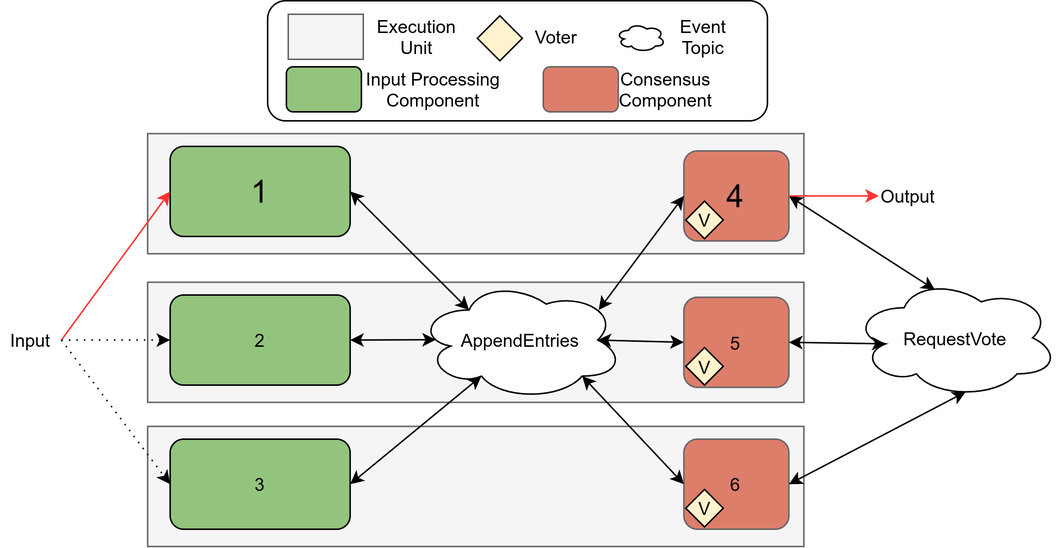
Earlier version of the draw.io export images/ThreeEUConsensusDDS.png (Boffmann/masterThesis). Source tidied: cells renumbered, new cells last; positions are measured from the earlier drawing's top-left corner, leaving out a move shared by most shapes.
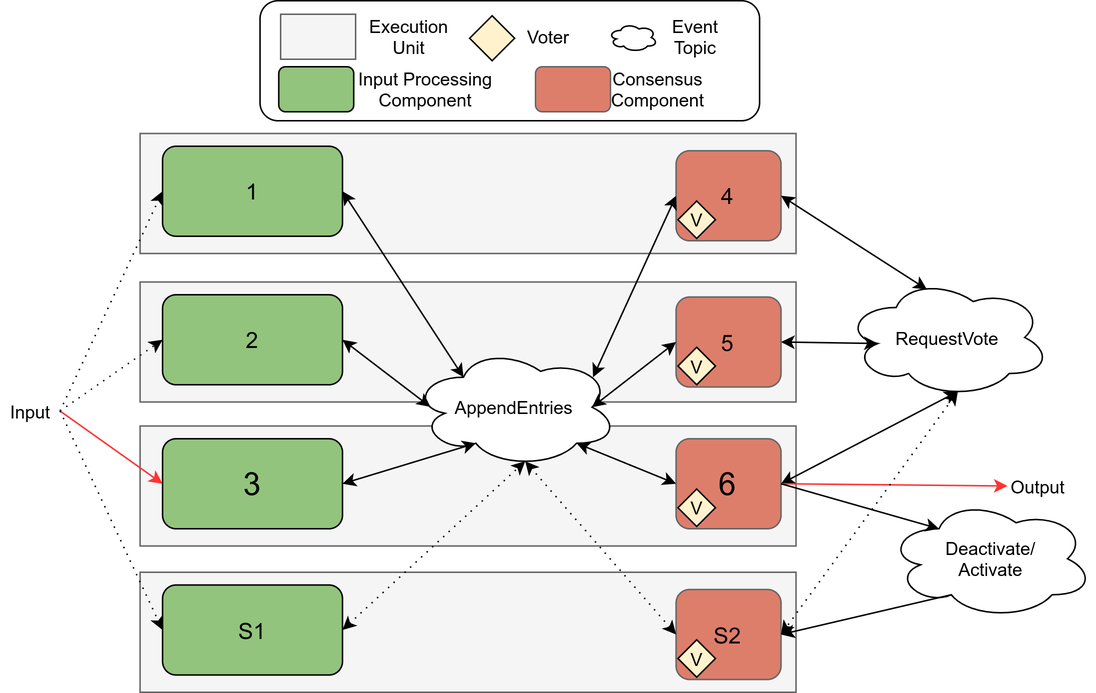
After the change.

Change to the diagram source:
```diff
@@ -47,50 +47,50 @@
     <mxCell id="16" value="RequestVote" style="ellipse;shape=cloud;whiteSpace=wrap;html=1;" parent="1" vertex="1">
       <mxGeometry x="567.9" y="184.5" width="137.1" height="80" as="geometry" />
     </mxCell>
-    <mxCell id="17" value="&lt;font style=&quot;font-size: 21px&quot;&gt;4&lt;/font&gt;" style="rounded=1;whiteSpace=wrap;html=1;strokeColor=#666666;fillColor=#dd7e6b;" parent="1" vertex="1">
+    <mxCell id="17" value="&lt;font style=&quot;font-size: 15px&quot;&gt;4&lt;/font&gt;" style="rounded=1;whiteSpace=wrap;html=1;strokeColor=#666666;fillColor=#dd7e6b;" parent="1" vertex="1">
       <mxGeometry x="455.4" y="100" width="70" height="60" as="geometry" />
     </mxCell>
-    <mxCell id="18" value="&lt;font style=&quot;font-size: 21px&quot;&gt;1&lt;/font&gt;" style="rounded=1;whiteSpace=wrap;html=1;fillColor=#93C47D;" parent="1" vertex="1">
+    <mxCell id="18" value="&lt;font style=&quot;font-size: 15px&quot;&gt;1&lt;/font&gt;" style="rounded=1;whiteSpace=wrap;html=1;fillColor=#93C47D;" parent="1" vertex="1">
       <mxGeometry x="112.9" y="97" width="120" height="60" as="geometry" />
     </mxCell>
-    <mxCell id="19" value="3" style="rounded=1;whiteSpace=wrap;html=1;fillColor=#93C47D;" parent="1" vertex="1">
+    <mxCell id="19" value="&lt;font style=&quot;font-size: 21px&quot;&gt;3&lt;/font&gt;" style="rounded=1;whiteSpace=wrap;html=1;fillColor=#93C47D;" parent="1" vertex="1">
       <mxGeometry x="112.9" y="292" width="120" height="60" as="geometry" />
     </mxCell>
-    <mxCell id="20" value="2" style="rounded=1;whiteSpace=wrap;html=1;fillColor=#93C47D;" parent="1" vertex="1">
+    <mxCell id="20" value="&lt;font style=&quot;font-size: 15px&quot;&gt;2&lt;/font&gt;" style="rounded=1;whiteSpace=wrap;html=1;fillColor=#93C47D;" parent="1" vertex="1">
       <mxGeometry x="112.9" y="196" width="120" height="60" as="geometry" />
     </mxCell>
     <mxCell id="21" value="V" style="rhombus;whiteSpace=wrap;html=1;fillColor=#FFF2CC;" parent="1" vertex="1">
       <mxGeometry x="456.7" y="133.5" width="25" height="25" as="geometry" />
     </mxCell>
-    <mxCell id="22" value="5" style="rounded=1;whiteSpace=wrap;html=1;strokeColor=#666666;fillColor=#dd7e6b;" parent="1" vertex="1">
+    <mxCell id="22" value="&lt;font style=&quot;font-size: 15px&quot;&gt;5&lt;/font&gt;" style="rounded=1;whiteSpace=wrap;html=1;strokeColor=#666666;fillColor=#dd7e6b;" parent="1" vertex="1">
       <mxGeometry x="455.4" y="197.5" width="70" height="60" as="geometry" />
     </mxCell>
     <mxCell id="23" value="V" style="rhombus;whiteSpace=wrap;html=1;fillColor=#FFF2CC;" parent="1" vertex="1">
       <mxGeometry x="456.7" y="231" width="25" height="25" as="geometry" />
     </mxCell>
-    <mxCell id="24" value="6" style="rounded=1;whiteSpace=wrap;html=1;strokeColor=#666666;fillColor=#dd7e6b;" parent="1" vertex="1">
+    <mxCell id="24" value="&lt;font style=&quot;font-size: 21px&quot;&gt;6&lt;/font&gt;" style="rounded=1;whiteSpace=wrap;html=1;strokeColor=#666666;fillColor=#dd7e6b;" parent="1" vertex="1">
       <mxGeometry x="455.4" y="292" width="70" height="60" as="geometry" />
     </mxCell>
     <mxCell id="25" value="V" style="rhombus;whiteSpace=wrap;html=1;fillColor=#FFF2CC;" parent="1" vertex="1">
       <mxGeometry x="456.7" y="325.5" width="25" height="25" as="geometry" />
     </mxCell>
     <mxCell id="26" value="AppendEntries" style="ellipse;shape=cloud;whiteSpace=wrap;html=1;" parent="1" vertex="1">
-      <mxGeometry x="277.9" y="186" width="137.1" height="80" as="geometry" />
+      <mxGeometry x="279.4" y="231" width="137.1" height="80" as="geometry" />
     </mxCell>
     <mxCell id="27" value="Input" style="text;html=1;strokeColor=none;fillColor=none;align=center;verticalAlign=middle;whiteSpace=wrap;rounded=0;" parent="1" vertex="1">
-      <mxGeometry x="0.4" y="216" width="40" height="20" as="geometry" />
+      <mxGeometry x="4.6" y="263.5" width="40" height="20" as="geometry" />
     </mxCell>
     <mxCell id="28" style="endArrow=classic;html=1;exitX=1;exitY=0.5;exitDx=0;exitDy=0;entryX=0;entryY=0.5;entryDx=0;entryDy=0;dashed=1;dashPattern=1 4;" parent="1" edge="1" source="27">
       <mxGeometry relative="1" as="geometry">
         <mxPoint x="112.9" y="226" as="targetPoint" />
       </mxGeometry>
     </mxCell>
-    <mxCell id="29" style="endArrow=classic;html=1;entryX=0;entryY=0.5;entryDx=0;entryDy=0;exitX=1;exitY=0.5;exitDx=0;exitDy=0;strokeColor=#FF3333;" parent="1" edge="1" source="27">
+    <mxCell id="29" style="endArrow=classic;html=1;entryX=0;entryY=0.5;entryDx=0;entryDy=0;exitX=1;exitY=0.5;exitDx=0;exitDy=0;dashed=1;dashPattern=1 4;" parent="1" edge="1" source="27">
       <mxGeometry relative="1" as="geometry">
         <mxPoint x="112.9" y="127" as="targetPoint" />
       </mxGeometry>
     </mxCell>
-    <mxCell id="30" style="endArrow=classic;html=1;exitX=1;exitY=0.5;exitDx=0;exitDy=0;entryX=0;entryY=0.5;entryDx=0;entryDy=0;dashed=1;dashPattern=1 4;" parent="1" edge="1" source="27">
+    <mxCell id="30" style="endArrow=classic;html=1;exitX=1;exitY=0.5;exitDx=0;exitDy=0;entryX=0;entryY=0.5;entryDx=0;entryDy=0;strokeColor=#FF3333;" parent="1" edge="1" source="27">
       <mxGeometry relative="1" as="geometry">
         <mxPoint x="112.9" y="322" as="targetPoint" />
       </mxGeometry>
@@ -123,12 +123,43 @@
       <mxGeometry relative="1" as="geometry" />
     </mxCell>
     <mxCell id="40" value="Output" style="text;html=1;strokeColor=none;fillColor=none;align=center;verticalAlign=middle;whiteSpace=wrap;rounded=0;" parent="1" vertex="1">
-      <mxGeometry x="585.4" y="120" width="40" height="20" as="geometry" />
+      <mxGeometry x="676.5" y="313.5" width="40" height="20" as="geometry" />
     </mxCell>
-    <mxCell id="41" style="endArrow=classic;html=1;exitX=1;exitY=0.5;exitDx=0;exitDy=0;entryX=0;entryY=0.5;entryDx=0;entryDy=0;strokeColor=#FF3333;" parent="1" edge="1" target="40">
-      <mxGeometry relative="1" as="geometry">
-        <mxPoint x="525.4" y="130" as="sourcePoint" />
-      </mxGeometry>
+    <mxCell id="41" style="endArrow=classic;html=1;exitX=1;exitY=0.5;exitDx=0;exitDy=0;entryX=0;entryY=0.5;entryDx=0;entryDy=0;strokeColor=#FF3333;" parent="1" edge="1" source="24" target="40">
+      <mxGeometry relative="1" as="geometry" />
     </mxCell>
+    <mxCell id="42" style="rounded=0;whiteSpace=wrap;html=1;fillColor=#f5f5f5;strokeColor=#666666;fontColor=#333333;" parent="1" vertex="1">
+      <mxGeometry x="97.9" y="381" width="437.5" height="80" as="geometry" />
+    </mxCell>
+    <mxCell id="43" value="&lt;font style=&quot;font-size: 15px&quot;&gt;S2&lt;/font&gt;" style="rounded=1;whiteSpace=wrap;html=1;strokeColor=#666666;fillColor=#dd7e6b;" parent="1" vertex="1">
+      <mxGeometry x="455.4" y="392.5" width="70" height="60" as="geometry" />
+    </mxCell>
+    <mxCell id="44" value="&lt;font style=&quot;font-size: 15px&quot;&gt;S1&lt;/font&gt;" style="rounded=1;whiteSpace=wrap;html=1;fillColor=#93C47D;" parent="1" vertex="1">
+      <mxGeometry x="112.9" y="389.5" width="120" height="60" as="geometry" />
+    </mxCell>
+    <mxCell id="45" value="V" style="rhombus;whiteSpace=wrap;html=1;fillColor=#FFF2CC;" parent="1" vertex="1">
+      <mxGeometry x="456.7" y="426" width="25" height="25" as="geometry" />
+    </mxCell>
+    <mxCell id="46" value="Deactivate/&lt;br&gt;Activate" style="ellipse;shape=cloud;whiteSpace=wrap;html=1;" parent="1" vertex="1">
+      <mxGeometry x="596.5" y="332" width="137.1" height="80" as="geometry" />
+    </mxCell>
+    <mxCell id="47" style="endArrow=classic;startArrow=none;html=1;strokeColor=#000000;entryX=0.25;entryY=0.25;entryDx=0;entryDy=0;exitX=1;exitY=0.5;exitDx=0;exitDy=0;startFill=0;entryPerimeter=0;" parent="1" edge="1" source="24" target="46">
+      <mxGeometry relative="1" as="geometry" />
+    </mxCell>
+    <mxCell id="48" style="endArrow=classic;startArrow=none;html=1;strokeColor=#000000;entryX=1;entryY=0.5;entryDx=0;entryDy=0;exitX=0.31;exitY=0.8;exitDx=0;exitDy=0;startFill=0;exitPerimeter=0;" parent="1" edge="1" source="46" target="43">
+      <mxGeometry relative="1" as="geometry" />
+    </mxCell>
+    <mxCell id="49" style="endArrow=classic;html=1;exitX=1;exitY=0.5;exitDx=0;exitDy=0;entryX=0;entryY=0.5;entryDx=0;entryDy=0;dashed=1;dashPattern=1 4;" parent="1" edge="1" source="27" target="44">
+      <mxGeometry relative="1" as="geometry" />
+    </mxCell>
+    <mxCell id="50" style="endArrow=classic;startArrow=classic;html=1;strokeColor=#000000;entryX=0.55;entryY=0.95;entryDx=0;entryDy=0;exitX=1;exitY=0.5;exitDx=0;exitDy=0;entryPerimeter=0;dashed=1;dashPattern=1 4;" parent="1" edge="1" source="44" target="26">
+      <mxGeometry relative="1" as="geometry" />
+    </mxCell>
+    <mxCell id="51" style="endArrow=classic;startArrow=classic;html=1;strokeColor=#000000;entryX=1;entryY=0.5;entryDx=0;entryDy=0;exitX=0.55;exitY=0.95;exitDx=0;exitDy=0;exitPerimeter=0;dashed=1;dashPattern=1 4;" parent="1" edge="1" source="16" target="43">
+      <mxGeometry relative="1" as="geometry" />
+    </mxCell>
+    <mxCell id="52" style="endArrow=classic;startArrow=classic;html=1;strokeColor=#000000;entryX=0.55;entryY=0.95;entryDx=0;entryDy=0;exitX=0;exitY=0.5;exitDx=0;exitDy=0;entryPerimeter=0;dashed=1;dashPattern=1 4;" parent="1" edge="1" source="43" target="26">
+      <mxGeometry relative="1" as="geometry" />
+    </mxCell>
   </root>
 </mxGraphModel>
```
